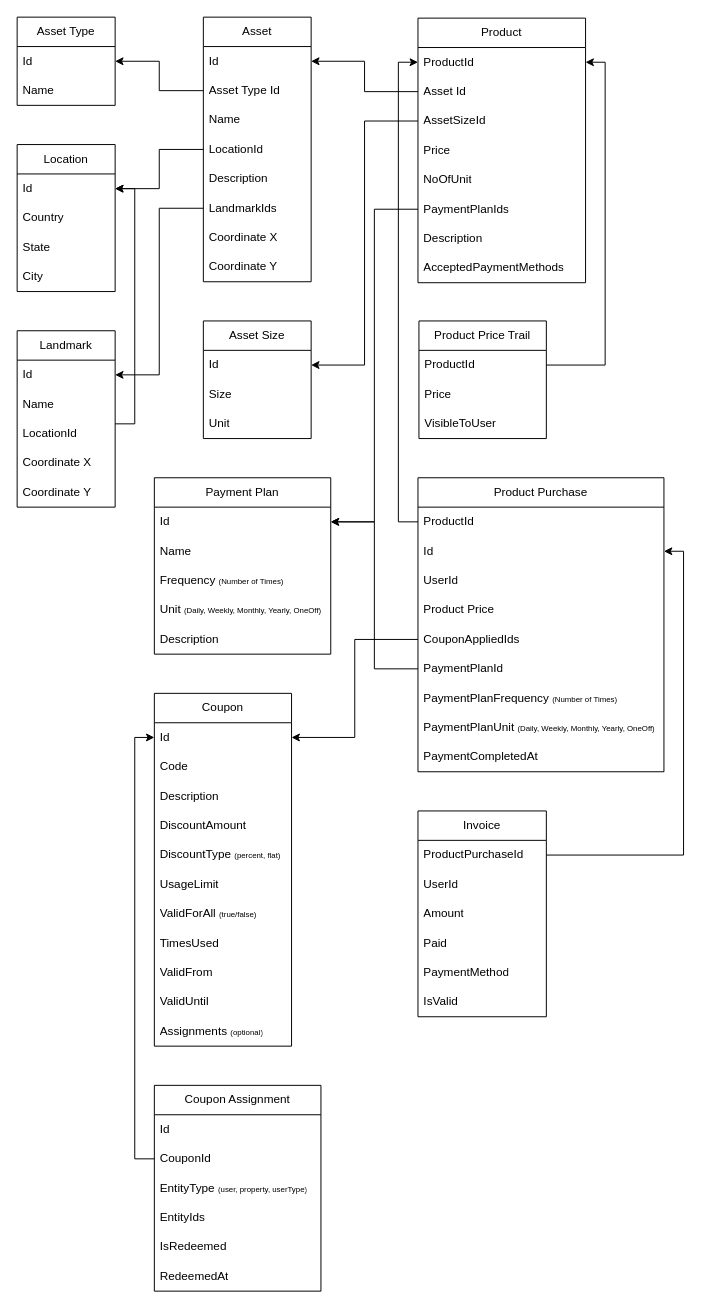
isaac-code/diagrams keeps this draw.io diagram as sellperty.drawio. Above is the earlier version. Source tidied: cells renumbered, new cells numbered last; positions are measured from the earlier drawing's top-left corner, leaving out a move shared by most shapes. Both pictures are drawn from the tidied source at 98%, with x=0, y=0 at pixel (17, 17).
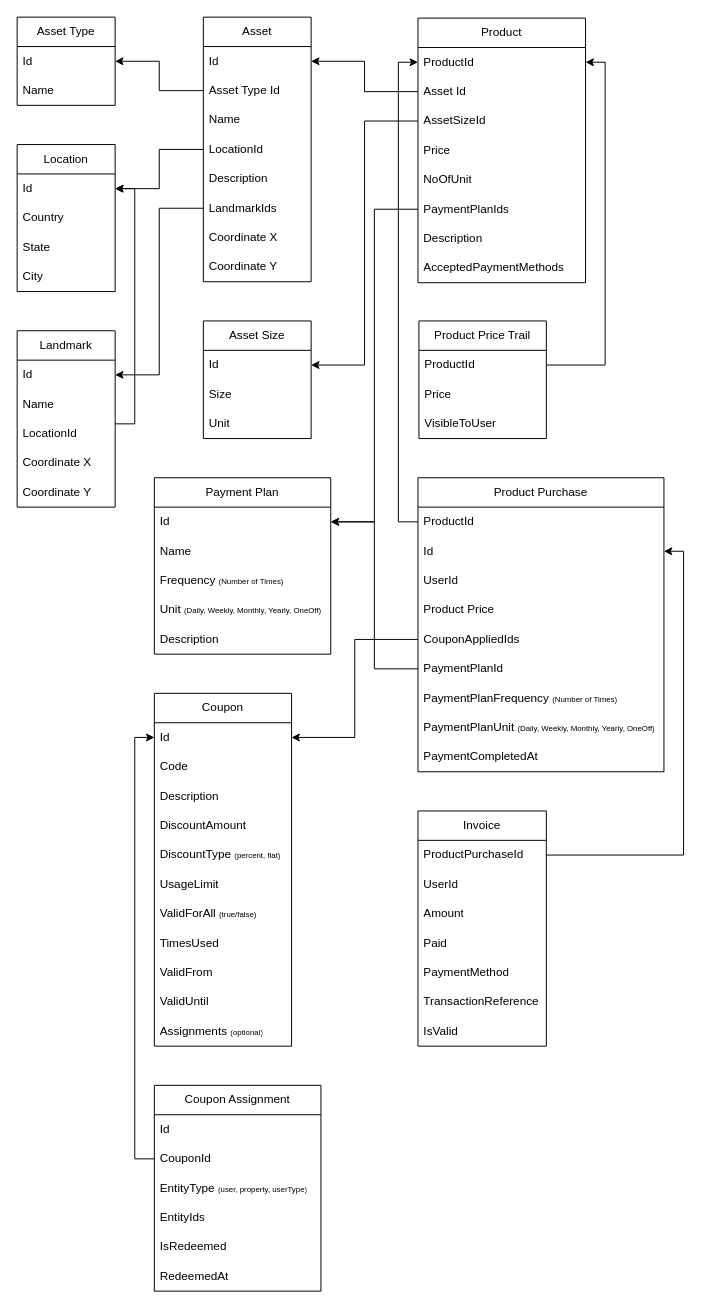
The same page after the edit.

Change to the diagram source:
```diff
@@
     <mxCell id="63" value="Invoice" style="swimlane;fontStyle=0;horizontal=1;startSize=30;whiteSpace=wrap;html=1;" parent="1" vertex="1">
-      <mxGeometry x="409" y="810" width="131" height="210" as="geometry" />
+      <mxGeometry x="409" y="810" width="131" height="240" as="geometry" />
     </mxCell>
@@
+    <mxCell id="97" value="TransactionReference" style="text;strokeColor=none;fillColor=none;align=left;verticalAlign=middle;spacingLeft=4;spacingRight=4;overflow=hidden;whiteSpace=wrap;html=1;" parent="63" vertex="1">
+      <mxGeometry y="180" width="131" height="30" as="geometry" />
+    </mxCell>
     <mxCell id="69" value="IsValid" style="text;strokeColor=none;fillColor=none;align=left;verticalAlign=middle;spacingLeft=4;spacingRight=4;overflow=hidden;whiteSpace=wrap;html=1;" parent="63" vertex="1">
-      <mxGeometry y="180" width="131" height="30" as="geometry" />
+      <mxGeometry y="210" width="131" height="30" as="geometry" />
     </mxCell>
```
